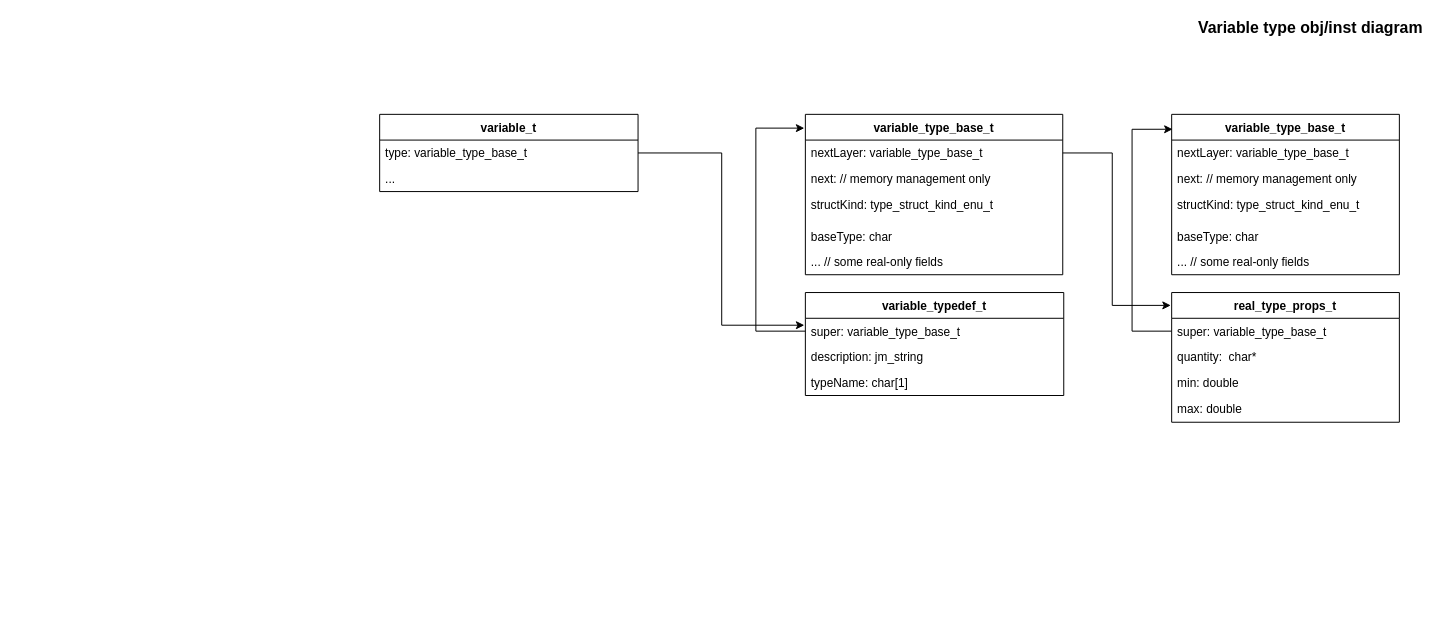
The draw.io diagram page "variable_obj" (2 of 4) of dev/diagrams/diagrams.drawio in modelon-community/fmi-library, before the edit. Source tidied: cells renumbered, new cells numbered last; positions are measured from the earlier drawing's top-left corner, leaving out a move shared by most shapes. Both pictures are drawn from the tidied source at 99%, with x=0, y=0 at pixel (379, 17).
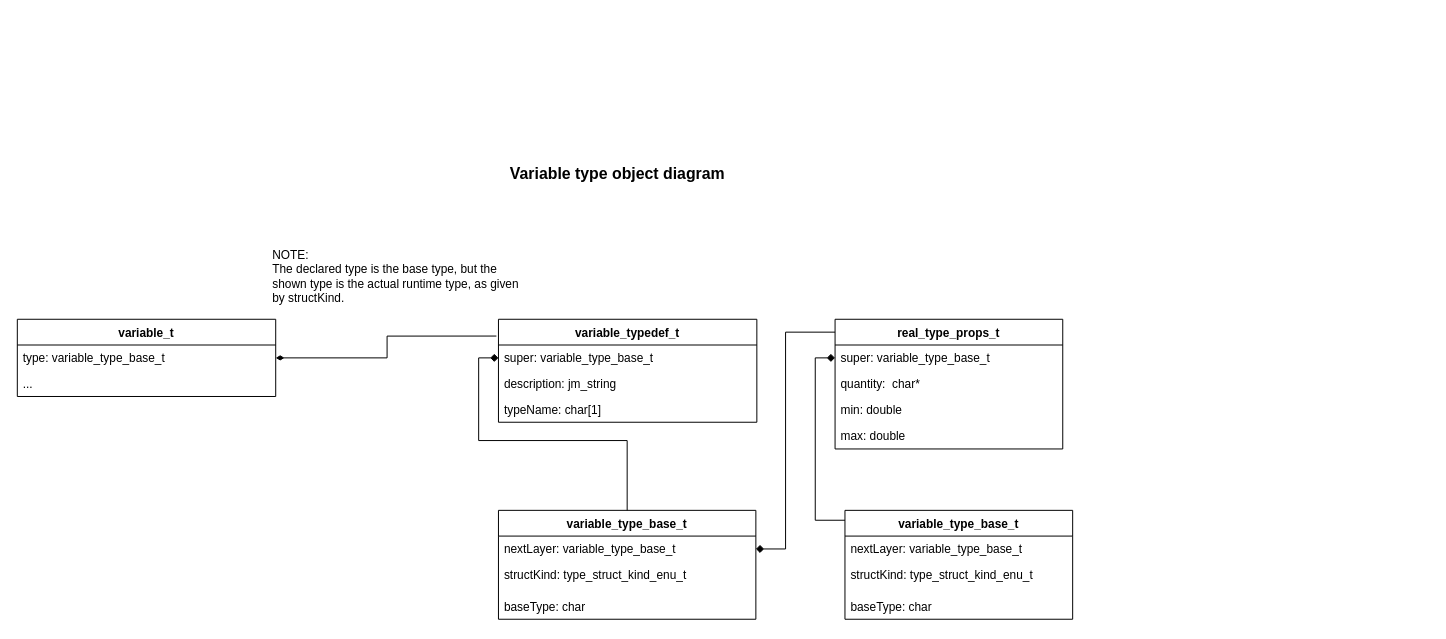
After the change.

Unchanged cells that the change refers to:
```xml
<mxCell id="4" value="super: variable_type_base_t" style="text;strokeColor=none;fillColor=none;align=left;verticalAlign=top;spacingLeft=4;spacingRight=4;overflow=hidden;points=[[0,0.5],[1,0.5]];portConstraint=eastwest;" parent="3" vertex="1">
  <mxGeometry y="26" width="261" height="26" as="geometry" />
</mxCell>
<mxCell id="8" value="nextLayer: variable_type_base_t" style="text;strokeColor=none;fillColor=none;align=left;verticalAlign=top;spacingLeft=4;spacingRight=4;overflow=hidden;points=[[0,0.5],[1,0.5]];portConstraint=eastwest;" parent="7" vertex="1">
  <mxGeometry y="26" width="260" height="26" as="geometry" />
</mxCell>
<mxCell id="15" value="super: variable_type_base_t" style="text;strokeColor=none;fillColor=none;align=left;verticalAlign=top;spacingLeft=4;spacingRight=4;overflow=hidden;points=[[0,0.5],[1,0.5]];portConstraint=eastwest;" parent="14" vertex="1">
  <mxGeometry y="26" width="230" height="26" as="geometry" />
</mxCell>
<mxCell id="29" value="type: variable_type_base_t" style="text;strokeColor=none;fillColor=none;align=left;verticalAlign=top;spacingLeft=4;spacingRight=4;overflow=hidden;points=[[0,0.5],[1,0.5]];portConstraint=eastwest;" parent="28" vertex="1">
  <mxGeometry y="26" width="261" height="26" as="geometry" />
</mxCell>
```

Diff of the diagram source:
```diff
@@
-    <mxCell id="2" value="Variable type obj/inst diagram" style="text;html=1;align=center;verticalAlign=middle;fontStyle=1;fontSize=16;" parent="1" vertex="1">
-      <mxGeometry x="820" width="240" height="20" as="geometry" />
+    <mxCell id="2" value="Variable type object diagram" style="text;html=1;align=center;verticalAlign=middle;fontStyle=1;fontSize=16;" parent="1" vertex="1">
+      <mxGeometry x="120" y="143" width="240" height="30" as="geometry" />
     </mxCell>
     <mxCell id="3" value="variable_typedef_t" style="swimlane;fontStyle=1;align=center;verticalAlign=top;horizontal=1;startSize=26;fontFamily=Helvetica;fontSize=12;" parent="1" vertex="1">
-      <mxGeometry x="430" y="278" width="261" height="104" as="geometry" />
+      <mxGeometry x="120" y="305" width="261" height="104" as="geometry" />
     </mxCell>
@@
     <mxCell id="7" value="variable_type_base_t" style="swimlane;fontStyle=1;horizontal=1;startSize=26;fillColor=none;" parent="1" vertex="1">
-      <mxGeometry x="430" y="98" width="260" height="162" as="geometry" />
+      <mxGeometry x="120" y="498" width="260" height="110" as="geometry" />
     </mxCell>
@@
-    <mxCell id="9" value="next: // memory management only" style="text;strokeColor=none;fillColor=none;align=left;verticalAlign=top;spacingLeft=4;spacingRight=4;overflow=hidden;" parent="7" vertex="1">
-      <mxGeometry y="52" width="260" height="26" as="geometry" />
-    </mxCell>
     <mxCell id="10" value="structKind: type_struct_kind_enu_t" style="text;strokeColor=none;fillColor=none;align=left;verticalAlign=top;spacingLeft=4;spacingRight=4;overflow=hidden;" parent="7" vertex="1">
-      <mxGeometry y="78" width="260" height="32" as="geometry" />
+      <mxGeometry y="52" width="260" height="32" as="geometry" />
     </mxCell>
     <mxCell id="11" value="baseType: char" style="text;strokeColor=none;fillColor=none;align=left;verticalAlign=top;spacingLeft=4;spacingRight=4;overflow=hidden;" parent="7" vertex="1">
-      <mxGeometry y="110" width="260" height="26" as="geometry" />
+      <mxGeometry y="84" width="260" height="26" as="geometry" />
     </mxCell>
-    <mxCell id="12" value="... // some real-only fields" style="text;strokeColor=none;fillColor=none;align=left;verticalAlign=top;spacingLeft=4;spacingRight=4;overflow=hidden;" parent="7" vertex="1">
-      <mxGeometry y="136" width="260" height="26" as="geometry" />
-    </mxCell>
-    <mxCell id="13" style="edgeStyle=orthogonalEdgeStyle;rounded=0;jettySize=auto;html=1;fontSize=16;entryX=-0.004;entryY=0.086;entryDx=0;entryDy=0;entryPerimeter=0;" parent="1" edge="1" source="4" target="7">
-      <mxGeometry relative="1" as="geometry">
-        <Array as="points">
-          <mxPoint x="380" y="317" />
-          <mxPoint x="380" y="112" />
-        </Array>
-      </mxGeometry>
-    </mxCell>
     <mxCell id="14" value="real_type_props_t" style="swimlane;fontStyle=1;horizontal=1;startSize=26;fillColor=none;" parent="1" vertex="1">
-      <mxGeometry x="800" y="278" width="230" height="131" as="geometry" />
+      <mxGeometry x="460" y="305" width="230" height="131" as="geometry" />
     </mxCell>
@@
-    <mxCell id="19" style="edgeStyle=orthogonalEdgeStyle;rounded=0;jettySize=auto;html=1;entryX=-0.004;entryY=0.099;entryDx=0;entryDy=0;entryPerimeter=0;fontSize=16;" parent="1" edge="1" source="8" target="14">
-      <mxGeometry relative="1" as="geometry">
-        <Array as="points">
-          <mxPoint x="740" y="137" />
-          <mxPoint x="740" y="291" />
-        </Array>
-      </mxGeometry>
-    </mxCell>
     <mxCell id="20" value="variable_type_base_t" style="swimlane;fontStyle=1;horizontal=1;startSize=26;fillColor=none;" parent="1" vertex="1">
-      <mxGeometry x="800" y="98" width="230" height="162" as="geometry" />
+      <mxGeometry x="470" y="498" width="230" height="110" as="geometry" />
     </mxCell>
@@
-    <mxCell id="22" value="next: // memory management only" style="text;strokeColor=none;fillColor=none;align=left;verticalAlign=top;spacingLeft=4;spacingRight=4;overflow=hidden;" parent="20" vertex="1">
-      <mxGeometry y="52" width="230" height="26" as="geometry" />
-    </mxCell>
     <mxCell id="23" value="structKind: type_struct_kind_enu_t" style="text;strokeColor=none;fillColor=none;align=left;verticalAlign=top;spacingLeft=4;spacingRight=4;overflow=hidden;" parent="20" vertex="1">
-      <mxGeometry y="78" width="230" height="32" as="geometry" />
+      <mxGeometry y="52" width="230" height="32" as="geometry" />
     </mxCell>
     <mxCell id="24" value="baseType: char" style="text;strokeColor=none;fillColor=none;align=left;verticalAlign=top;spacingLeft=4;spacingRight=4;overflow=hidden;" parent="20" vertex="1">
-      <mxGeometry y="110" width="230" height="26" as="geometry" />
+      <mxGeometry y="84" width="230" height="26" as="geometry" />
     </mxCell>
-    <mxCell id="25" value="... // some real-only fields" style="text;strokeColor=none;fillColor=none;align=left;verticalAlign=top;spacingLeft=4;spacingRight=4;overflow=hidden;" parent="20" vertex="1">
-      <mxGeometry y="136" width="230" height="26" as="geometry" />
-    </mxCell>
-    <mxCell id="26" style="edgeStyle=orthogonalEdgeStyle;rounded=0;jettySize=auto;html=1;entryX=0.004;entryY=0.093;entryDx=0;entryDy=0;entryPerimeter=0;fontSize=16;" parent="1" edge="1" source="15" target="20">
-      <mxGeometry relative="1" as="geometry">
-        <Array as="points">
-          <mxPoint x="760" y="317" />
-          <mxPoint x="760" y="113" />
-        </Array>
-      </mxGeometry>
-    </mxCell>
-    <mxCell id="27" style="edgeStyle=orthogonalEdgeStyle;rounded=0;jettySize=auto;html=1;entryX=-0.004;entryY=0.269;entryDx=0;entryDy=0;entryPerimeter=0;fontSize=16;" parent="1" edge="1" source="29" target="4">
-      <mxGeometry relative="1" as="geometry" />
-    </mxCell>
     <mxCell id="28" value="variable_t" style="swimlane;fontStyle=1;align=center;verticalAlign=top;horizontal=1;startSize=26;fontFamily=Helvetica;fontSize=12;" parent="1" vertex="1">
-      <mxGeometry y="98" width="261" height="78" as="geometry" />
+      <mxGeometry x="-366" y="305" width="261" height="78" as="geometry" />
     </mxCell>
@@
+    <mxCell id="31" style="edgeStyle=orthogonalEdgeStyle;rounded=0;jettySize=auto;html=1;exitX=-0.008;exitY=0.163;exitDx=0;exitDy=0;exitPerimeter=0;endArrow=diamondThin;endFill=1;" parent="1" edge="1" source="3" target="29">
+      <mxGeometry relative="1" as="geometry" />
+    </mxCell>
+    <mxCell id="32" style="edgeStyle=orthogonalEdgeStyle;rounded=0;jettySize=auto;html=1;endArrow=diamond;endFill=1;" parent="1" edge="1" source="7" target="4">
+      <mxGeometry relative="1" as="geometry" />
+    </mxCell>
+    <mxCell id="33" style="edgeStyle=orthogonalEdgeStyle;rounded=0;jettySize=auto;html=1;endArrow=diamond;endFill=1;" parent="1" edge="1" source="14" target="8">
+      <mxGeometry relative="1" as="geometry">
+        <Array as="points">
+          <mxPoint x="410" y="318" />
+          <mxPoint x="410" y="537" />
+        </Array>
+      </mxGeometry>
+    </mxCell>
+    <mxCell id="34" style="edgeStyle=orthogonalEdgeStyle;rounded=0;jettySize=auto;html=1;endArrow=diamond;endFill=1;" parent="1" edge="1" source="20" target="15">
+      <mxGeometry relative="1" as="geometry">
+        <Array as="points">
+          <mxPoint x="440" y="508" />
+          <mxPoint x="440" y="344" />
+        </Array>
+      </mxGeometry>
+    </mxCell>
+    <mxCell id="35" value="NOTE:&lt;br&gt;The declared type is the base type, but the&lt;br&gt;shown type is the actual runtime type, as given&lt;br&gt;by structKind." style="text;html=1;align=left;verticalAlign=middle;strokeColor=none;fillColor=none;" parent="1" vertex="1">
+      <mxGeometry x="-110" y="227" width="270" height="70" as="geometry" />
+    </mxCell>
```
